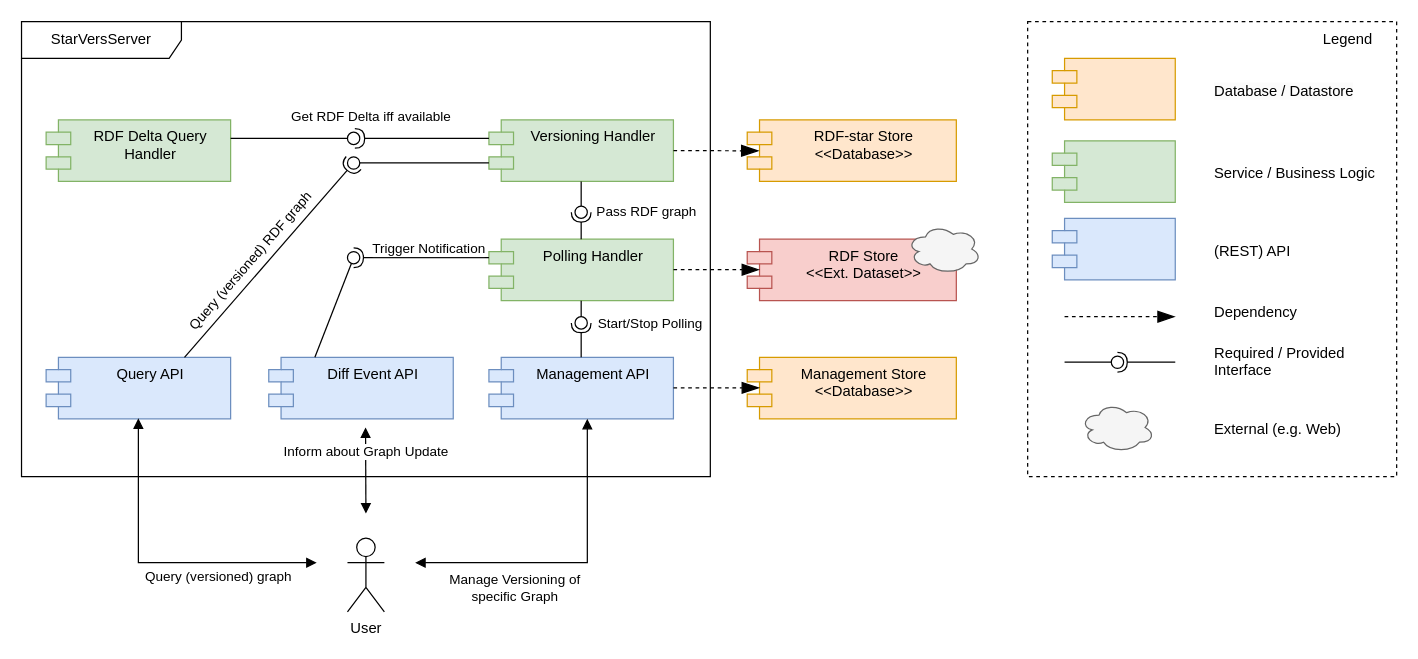
GreenfishK/starvers keeps this draw.io diagram as assets/ComponentDiagram_Design.drawio. Above is the earlier version. Source tidied: cells renumbered, new cells numbered last; positions are measured from the earlier drawing's top-left corner, leaving out a move shared by most shapes. Both pictures are drawn from the tidied source at 123%, with x=0, y=0 at pixel (21, 21).
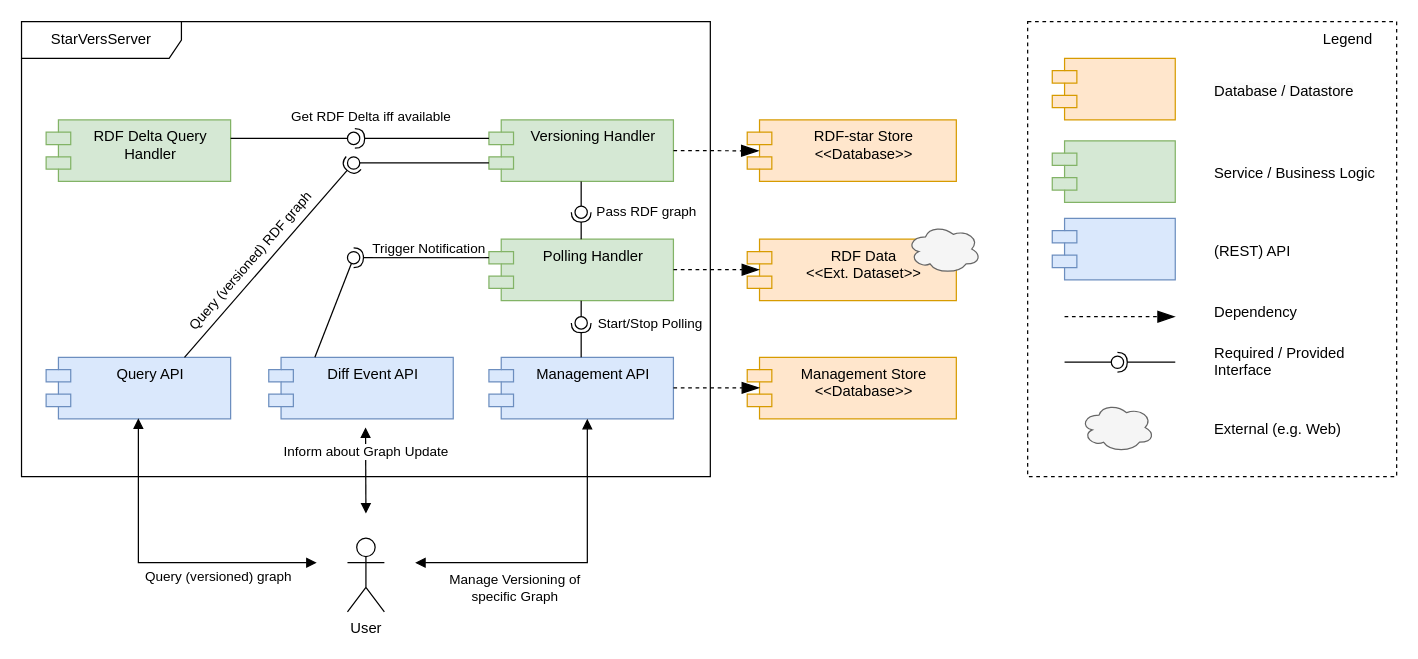
After the change.

The edit, as a diff of the source:
```diff
@@
-    <mxCell id="11" value="RDF Store&lt;br&gt;&amp;lt;&amp;lt;Ext. Dataset&amp;gt;&amp;gt;" style="shape=module;align=left;spacingLeft=20;align=center;verticalAlign=top;whiteSpace=wrap;html=1;fillColor=#f8cecc;strokeColor=#b85450;" parent="1" vertex="1">
+    <mxCell id="11" value="RDF Data&lt;br&gt;&amp;lt;&amp;lt;Ext. Dataset&amp;gt;&amp;gt;" style="shape=module;align=left;spacingLeft=20;align=center;verticalAlign=top;whiteSpace=wrap;html=1;fillColor=#ffe6cc;strokeColor=#d79b00;" parent="1" vertex="1">
       <mxGeometry x="590" y="177" width="170" height="50" as="geometry" />
     </mxCell>
```
